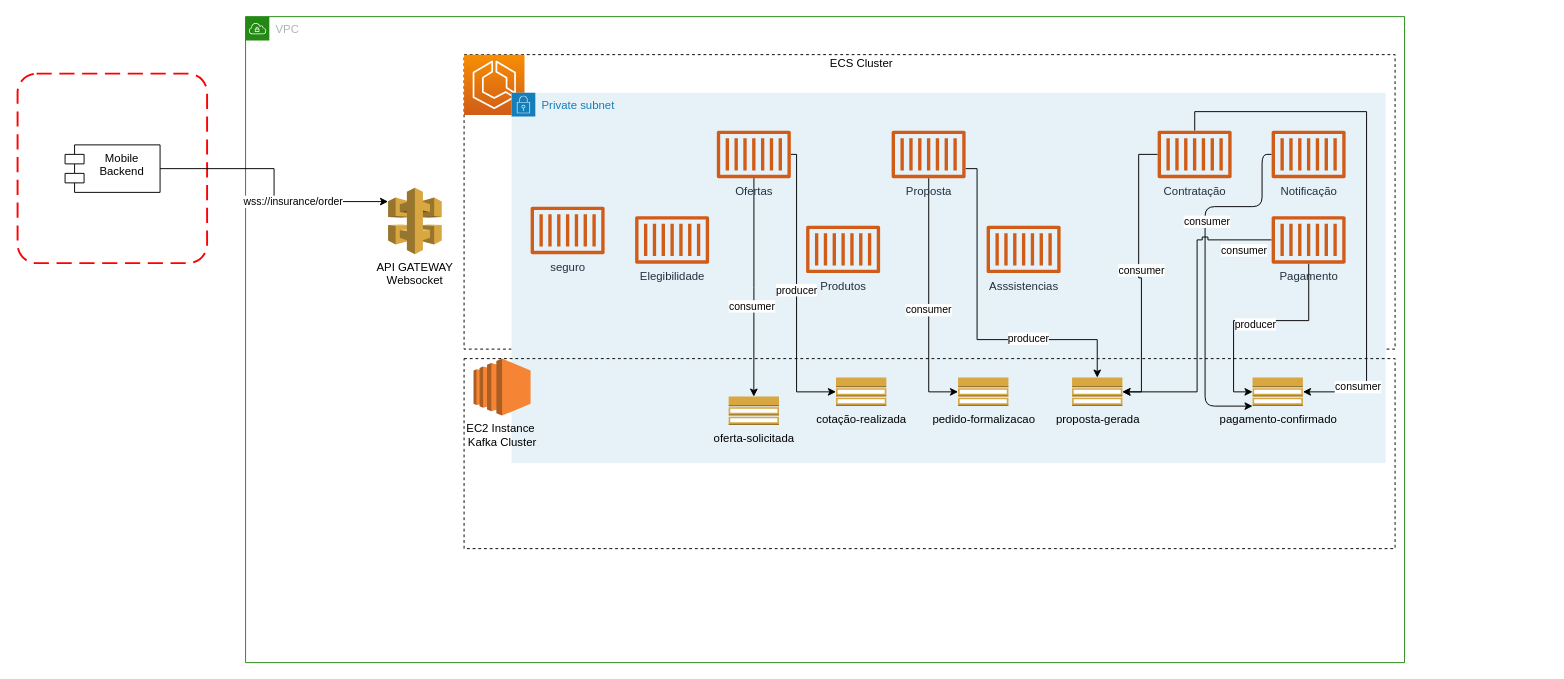
Before: page "Diagram" (1 of 2) of localInsurance.drawio in osnirmaster/localinsurance, a draw.io diagram. Source tidied: cells renumbered, new cells numbered last; positions are measured from the earlier drawing's top-left corner, leaving out a move shared by most shapes. Both pictures are drawn from the tidied source at 95%, with x=0, y=0 at pixel (17, 16).
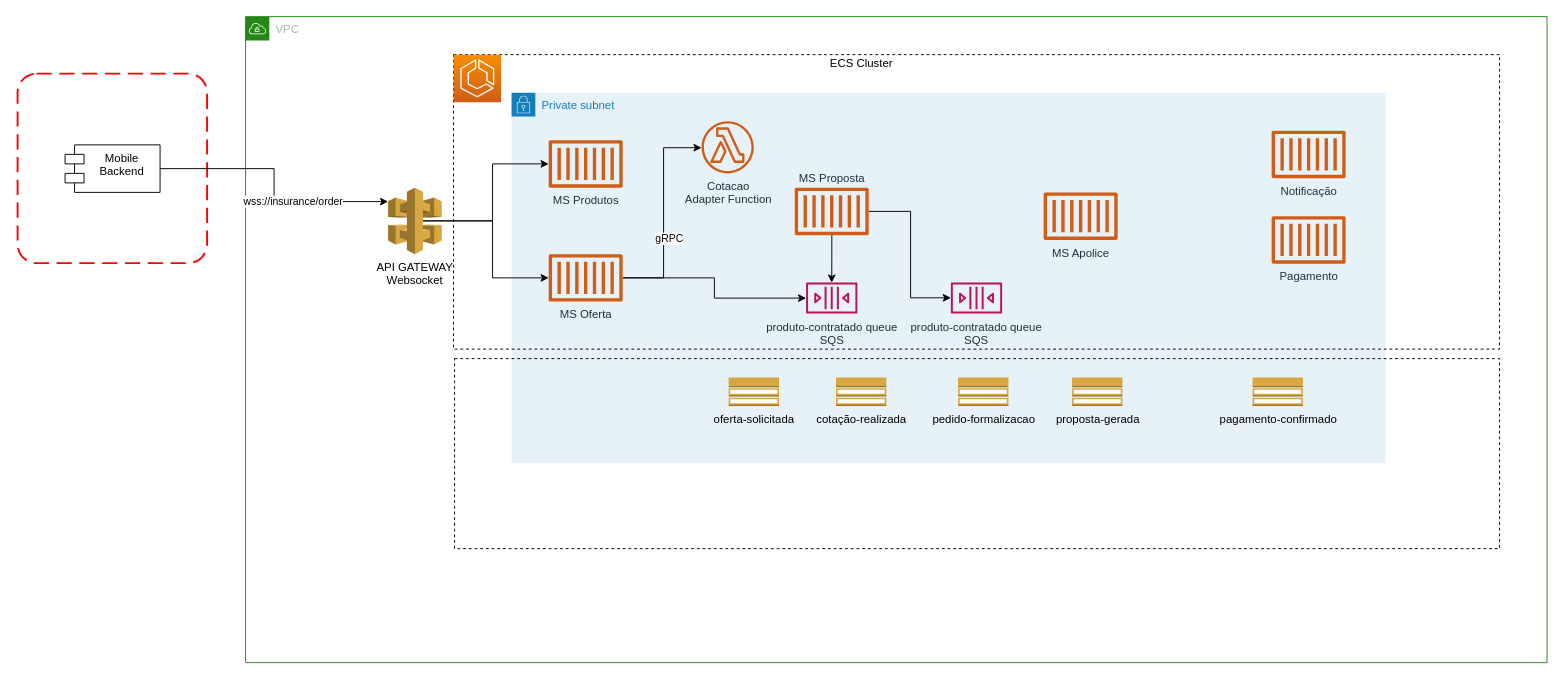
Above is the later version.

Unchanged cells that the change refers to:
```xml
<mxCell id="29" value="pedido-formalizacao" style="outlineConnect=0;dashed=0;verticalLabelPosition=bottom;verticalAlign=top;align=center;html=1;shape=mxgraph.aws3.topic_2;fillColor=#D9A741;gradientColor=none;" parent="1" vertex="1">
  <mxGeometry x="990" y="380" width="53" height="30" as="geometry" />
</mxCell>
<mxCell id="30" value="cotação-realizada" style="outlineConnect=0;dashed=0;verticalLabelPosition=bottom;verticalAlign=top;align=center;html=1;shape=mxgraph.aws3.topic_2;fillColor=#D9A741;gradientColor=none;" parent="1" vertex="1">
  <mxGeometry x="861.5" y="380" width="53" height="30" as="geometry" />
</mxCell>
<mxCell id="31" value="proposta-gerada" style="outlineConnect=0;dashed=0;verticalLabelPosition=bottom;verticalAlign=top;align=center;html=1;shape=mxgraph.aws3.topic_2;fillColor=#D9A741;gradientColor=none;" parent="1" vertex="1">
  <mxGeometry x="1110" y="380" width="53" height="30" as="geometry" />
</mxCell>
<mxCell id="34" value="Notificação" style="outlineConnect=0;fontColor=#232F3E;gradientColor=none;fillColor=#D05C17;strokeColor=none;dashed=0;verticalLabelPosition=bottom;verticalAlign=top;align=center;html=1;fontSize=12;fontStyle=0;shape=mxgraph.aws4.container_1;" parent="1" vertex="1">
  <mxGeometry x="1320" y="120" width="78" height="50" as="geometry" />
</mxCell>
<mxCell id="39" value="Pagamento" style="outlineConnect=0;fontColor=#232F3E;gradientColor=none;fillColor=#D05C17;strokeColor=none;dashed=0;verticalLabelPosition=bottom;verticalAlign=top;align=center;html=1;fontSize=12;fontStyle=0;shape=mxgraph.aws4.container_1;" parent="1" vertex="1">
  <mxGeometry x="1320" y="210" width="78" height="50" as="geometry" />
</mxCell>
<mxCell id="41" value="pagamento-confirmado" style="outlineConnect=0;dashed=0;verticalLabelPosition=bottom;verticalAlign=top;align=center;html=1;shape=mxgraph.aws3.topic_2;fillColor=#D9A741;gradientColor=none;" parent="1" vertex="1">
  <mxGeometry x="1300" y="380" width="53" height="30" as="geometry" />
</mxCell>
<mxCell id="42" value="API GATEWAY&lt;br&gt;Websocket" style="outlineConnect=0;dashed=0;verticalLabelPosition=bottom;verticalAlign=top;align=center;html=1;shape=mxgraph.aws3.api_gateway;fillColor=#D9A741;gradientColor=none;" parent="1" vertex="1">
  <mxGeometry x="390" y="180" width="56.5" height="70" as="geometry" />
</mxCell>
```

Change to the diagram source:
```diff
@@
+    <mxCell id="6" value="Private subnet" style="gradientColor=none;html=1;whiteSpace=wrap;fontSize=12;fontStyle=0;shape=mxgraph.aws4.group;grIcon=mxgraph.aws4.group_security_group;grStroke=0;strokeColor=#147EBA;fillColor=#E6F2F8;verticalAlign=top;align=left;spacingLeft=30;fontColor=#147EBA;dashed=0;" parent="1" vertex="1">
+      <mxGeometry x="520" y="80" width="920" height="390" as="geometry" />
+    </mxCell>
     <mxCell id="2" value="VPC" style="gradientColor=none;html=1;whiteSpace=wrap;fontSize=12;fontStyle=0;shape=mxgraph.aws4.group;grIcon=mxgraph.aws4.group_vpc;strokeColor=#248814;fillColor=none;verticalAlign=top;align=left;spacingLeft=30;fontColor=#AAB7B8;dashed=0;" parent="1" vertex="1">
-      <mxGeometry x="240" width="1220" height="680" as="geometry" />
+      <mxGeometry x="240" width="1370" height="680" as="geometry" />
     </mxCell>
     <mxCell id="3" style="group;" parent="1" vertex="1">
-      <mxGeometry x="470" y="40" width="980" height="310" as="geometry" />
+      <mxGeometry x="470" y="40" width="1090" height="328" as="geometry" />
     </mxCell>
     <mxCell id="4" style="whiteSpace=wrap;html=1;fillColor=none;dashed=1;" parent="3" vertex="1">
-      <mxGeometry width="980" height="310" as="geometry" />
+      <mxGeometry x="-11.1" width="1101.1" height="310" as="geometry" />
     </mxCell>
     <mxCell id="5" style="fontColor=#232F3E;gradientColor=#F78E04;gradientDirection=north;fillColor=#D05C17;strokeColor=#ffffff;dashed=0;verticalLabelPosition=bottom;verticalAlign=top;align=center;html=1;fontSize=12;fontStyle=0;shape=mxgraph.aws4.resourceIcon;resIcon=mxgraph.aws4.ecs;" parent="3" vertex="1">
-      <mxGeometry width="63.6" height="63.6" as="geometry" />
+      <mxGeometry x="-11.1" width="50" height="50" as="geometry" />
     </mxCell>
-    <mxCell id="6" value="Private subnet" style="gradientColor=none;html=1;whiteSpace=wrap;fontSize=12;fontStyle=0;shape=mxgraph.aws4.group;grIcon=mxgraph.aws4.group_security_group;grStroke=0;strokeColor=#147EBA;fillColor=#E6F2F8;verticalAlign=top;align=left;spacingLeft=30;fontColor=#147EBA;dashed=0;" parent="1" vertex="1">
-      <mxGeometry x="520" y="80" width="920" height="390" as="geometry" />
-    </mxCell>
+    <mxCell id="17" value="MS Produtos" style="outlineConnect=0;fontColor=#232F3E;gradientColor=none;fillColor=#D05C17;strokeColor=none;dashed=0;verticalLabelPosition=bottom;verticalAlign=top;align=center;html=1;fontSize=12;fontStyle=0;shape=mxgraph.aws4.container_1;" parent="3" vertex="1">
+      <mxGeometry x="89" y="90" width="78" height="50" as="geometry" />
+    </mxCell>
+    <mxCell id="47" style="edgeStyle=orthogonalEdgeStyle;rounded=0;jettySize=auto;html=1;" parent="3" edge="1" source="12" target="54">
+      <mxGeometry relative="1" as="geometry">
+        <Array as="points">
+          <mxPoint x="210" y="235" />
+          <mxPoint x="210" y="98" />
+        </Array>
+      </mxGeometry>
+    </mxCell>
+    <mxCell id="48" value="gRPC" style="edgeLabel;html=1;align=center;verticalAlign=middle;" parent="47" vertex="1">
+      <mxGeometry x="-0.23" y="-5" relative="1" as="geometry" />
+    </mxCell>
+    <mxCell id="49" style="edgeStyle=orthogonalEdgeStyle;rounded=0;jettySize=auto;html=1;" parent="3" edge="1" source="12" target="52">
+      <mxGeometry relative="1" as="geometry" />
+    </mxCell>
+    <mxCell id="12" value="MS Oferta" style="outlineConnect=0;fontColor=#232F3E;gradientColor=none;fillColor=#D05C17;strokeColor=none;dashed=0;verticalLabelPosition=bottom;verticalAlign=top;align=center;html=1;fontSize=12;fontStyle=0;shape=mxgraph.aws4.container_1;" parent="3" vertex="1">
+      <mxGeometry x="89" y="210" width="78" height="50" as="geometry" />
+    </mxCell>
+    <mxCell id="50" style="edgeStyle=orthogonalEdgeStyle;rounded=0;jettySize=auto;html=1;" parent="3" edge="1" source="40" target="52">
+      <mxGeometry relative="1" as="geometry" />
+    </mxCell>
+    <mxCell id="51" style="edgeStyle=orthogonalEdgeStyle;rounded=0;jettySize=auto;html=1;" parent="3" edge="1" source="40" target="53">
+      <mxGeometry relative="1" as="geometry">
+        <Array as="points">
+          <mxPoint x="470" y="165" />
+          <mxPoint x="470" y="256" />
+        </Array>
+      </mxGeometry>
+    </mxCell>
+    <mxCell id="40" value="MS Proposta" style="outlineConnect=0;fontColor=#232F3E;gradientColor=none;fillColor=#D05C17;strokeColor=none;dashed=0;verticalLabelPosition=top;verticalAlign=bottom;align=center;html=1;fontSize=12;fontStyle=0;shape=mxgraph.aws4.container_1;labelPosition=center;" parent="3" vertex="1">
+      <mxGeometry x="348" y="140" width="78" height="50" as="geometry" />
+    </mxCell>
+    <mxCell id="52" value="produto-contratado queue&lt;br&gt;SQS" style="outlineConnect=0;fontColor=#232F3E;gradientColor=none;fillColor=#BC1356;strokeColor=none;dashed=0;verticalLabelPosition=bottom;verticalAlign=top;align=center;html=1;fontSize=12;fontStyle=0;shape=mxgraph.aws4.queue;" parent="3" vertex="1">
+      <mxGeometry x="360" y="240" width="54" height="32.5" as="geometry" />
+    </mxCell>
+    <mxCell id="23" value="MS Apolice" style="outlineConnect=0;fontColor=#232F3E;gradientColor=none;fillColor=#D05C17;strokeColor=none;dashed=0;verticalLabelPosition=bottom;verticalAlign=top;align=center;html=1;fontSize=12;fontStyle=0;shape=mxgraph.aws4.container_1;" parent="3" vertex="1">
+      <mxGeometry x="610" y="145" width="78" height="50" as="geometry" />
+    </mxCell>
+    <mxCell id="53" value="produto-contratado queue&lt;br&gt;SQS" style="outlineConnect=0;fontColor=#232F3E;gradientColor=none;fillColor=#BC1356;strokeColor=none;dashed=0;verticalLabelPosition=bottom;verticalAlign=top;align=center;html=1;fontSize=12;fontStyle=0;shape=mxgraph.aws4.queue;" parent="3" vertex="1">
+      <mxGeometry x="512.4" y="240" width="54" height="32.5" as="geometry" />
+    </mxCell>
+    <mxCell id="54" value="Cotacao &lt;br&gt;Adapter Function" style="outlineConnect=0;fontColor=#232F3E;gradientColor=none;fillColor=#D05C17;strokeColor=none;dashed=0;verticalLabelPosition=bottom;verticalAlign=top;align=center;html=1;fontSize=12;fontStyle=0;shape=mxgraph.aws4.lambda_function;" parent="3" vertex="1">
+      <mxGeometry x="250" y="70" width="55" height="55" as="geometry" />
+    </mxCell>
@@
-    <mxCell id="8" style="edgeStyle=orthogonalEdgeStyle;rounded=0;jettySize=auto;html=1;entryX=0.5;entryY=0;entryDx=0;entryDy=0;entryPerimeter=0;" parent="1" edge="1" source="12" target="28">
-      <mxGeometry relative="1" as="geometry" />
-    </mxCell>
-    <mxCell id="9" value="consumer" style="edgeLabel;html=1;align=center;verticalAlign=middle;" parent="8" vertex="1">
-      <mxGeometry x="0.17" y="-3" relative="1" as="geometry" />
-    </mxCell>
-    <mxCell id="10" style="edgeStyle=orthogonalEdgeStyle;rounded=0;jettySize=auto;html=1;entryX=0;entryY=0.5;entryDx=0;entryDy=0;entryPerimeter=0;" parent="1" edge="1" source="12" target="30">
-      <mxGeometry relative="1" as="geometry">
-        <Array as="points">
-          <mxPoint x="820" y="145" />
-          <mxPoint x="820" y="395" />
-        </Array>
-      </mxGeometry>
-    </mxCell>
-    <mxCell id="11" value="producer" style="edgeLabel;html=1;align=center;verticalAlign=middle;" parent="10" vertex="1">
-      <mxGeometry y="-1" relative="1" as="geometry" />
-    </mxCell>
-    <mxCell id="12" value="Ofertas" style="outlineConnect=0;fontColor=#232F3E;gradientColor=none;fillColor=#D05C17;strokeColor=none;dashed=0;verticalLabelPosition=bottom;verticalAlign=top;align=center;html=1;fontSize=12;fontStyle=0;shape=mxgraph.aws4.container_1;" parent="1" vertex="1">
-      <mxGeometry x="736" y="120" width="78" height="50" as="geometry" />
-    </mxCell>
-    <mxCell id="13" style="edgeStyle=orthogonalEdgeStyle;rounded=0;jettySize=auto;html=1;entryX=0;entryY=0.5;entryDx=0;entryDy=0;entryPerimeter=0;" parent="1" edge="1" source="40" target="29">
-      <mxGeometry relative="1" as="geometry" />
-    </mxCell>
-    <mxCell id="14" value="consumer" style="edgeLabel;html=1;align=center;verticalAlign=middle;" parent="13" vertex="1">
-      <mxGeometry x="0.08" y="-1" relative="1" as="geometry" />
-    </mxCell>
-    <mxCell id="15" style="edgeStyle=orthogonalEdgeStyle;rounded=0;jettySize=auto;html=1;entryX=0.5;entryY=0;entryDx=0;entryDy=0;entryPerimeter=0;" parent="1" edge="1" source="40" target="31">
-      <mxGeometry relative="1" as="geometry">
-        <Array as="points">
-          <mxPoint x="1010" y="160" />
-          <mxPoint x="1010" y="340" />
-          <mxPoint x="1137" y="340" />
-        </Array>
-      </mxGeometry>
-    </mxCell>
-    <mxCell id="16" value="producer" style="edgeLabel;html=1;align=center;verticalAlign=middle;" parent="15" vertex="1">
-      <mxGeometry x="0.37" y="2" relative="1" as="geometry" />
-    </mxCell>
-    <mxCell id="17" value="Produtos" style="outlineConnect=0;fontColor=#232F3E;gradientColor=none;fillColor=#D05C17;strokeColor=none;dashed=0;verticalLabelPosition=bottom;verticalAlign=top;align=center;html=1;fontSize=12;fontStyle=0;shape=mxgraph.aws4.container_1;" parent="1" vertex="1">
-      <mxGeometry x="830" y="220" width="78" height="50" as="geometry" />
-    </mxCell>
-    <mxCell id="18" value="Asssistencias" style="fontColor=#232F3E;gradientColor=none;fillColor=#D05C17;strokeColor=none;dashed=0;verticalLabelPosition=bottom;verticalAlign=top;align=center;html=1;fontSize=12;fontStyle=0;shape=mxgraph.aws4.container_1;" parent="1" vertex="1">
-      <mxGeometry x="1020" y="220" width="78" height="50" as="geometry" />
-    </mxCell>
-    <mxCell id="19" style="edgeStyle=orthogonalEdgeStyle;rounded=0;jettySize=auto;html=1;entryX=1;entryY=0.5;entryDx=0;entryDy=0;entryPerimeter=0;" parent="1" edge="1" source="23" target="31">
-      <mxGeometry relative="1" as="geometry" />
-    </mxCell>
-    <mxCell id="20" value="consumer" style="edgeLabel;html=1;align=center;verticalAlign=middle;" parent="19" vertex="1">
-      <mxGeometry x="-0.04" y="2" relative="1" as="geometry" />
-    </mxCell>
-    <mxCell id="21" style="edgeStyle=orthogonalEdgeStyle;rounded=0;jettySize=auto;html=1;entryX=1;entryY=0.5;entryDx=0;entryDy=0;entryPerimeter=0;" parent="1" edge="1" source="23" target="41">
-      <mxGeometry relative="1" as="geometry">
-        <Array as="points">
-          <mxPoint x="1239" y="100" />
-          <mxPoint x="1420" y="100" />
-          <mxPoint x="1420" y="395" />
-        </Array>
-      </mxGeometry>
-    </mxCell>
-    <mxCell id="22" value="consumer" style="edgeLabel;html=1;align=center;verticalAlign=middle;" parent="21" vertex="1">
-      <mxGeometry x="0.57" y="3" relative="1" as="geometry">
-        <mxPoint x="-13" y="48" as="offset" />
-      </mxGeometry>
-    </mxCell>
-    <mxCell id="23" value="Contratação" style="outlineConnect=0;fontColor=#232F3E;gradientColor=none;fillColor=#D05C17;strokeColor=none;dashed=0;verticalLabelPosition=bottom;verticalAlign=top;align=center;html=1;fontSize=12;fontStyle=0;shape=mxgraph.aws4.container_1;" parent="1" vertex="1">
-      <mxGeometry x="1200" y="120" width="78" height="50" as="geometry" />
-    </mxCell>
-    <mxCell id="24" value="Elegibilidade" style="fontColor=#232F3E;gradientColor=none;fillColor=#D05C17;strokeColor=none;dashed=0;verticalLabelPosition=bottom;verticalAlign=top;align=center;html=1;fontSize=12;fontStyle=0;shape=mxgraph.aws4.container_1;" parent="1" vertex="1">
-      <mxGeometry x="650" y="210" width="78" height="50" as="geometry" />
-    </mxCell>
@@
     <mxCell id="26" style="whiteSpace=wrap;html=1;fillColor=none;dashed=1;" parent="1" vertex="1">
-      <mxGeometry x="470" y="360" width="980" height="200" as="geometry" />
+      <mxGeometry x="460" y="360" width="1100" height="200" as="geometry" />
     </mxCell>
-    <mxCell id="27" value="EC2 Instance&amp;nbsp;&lt;br&gt;Kafka Cluster" style="dashed=0;verticalLabelPosition=bottom;verticalAlign=top;align=center;html=1;shape=mxgraph.aws3.ec2;fillColor=#F58534;gradientColor=none;" parent="1" vertex="1">
-      <mxGeometry x="480" y="360" width="60" height="60" as="geometry" />
-    </mxCell>
     <mxCell id="28" value="oferta-solicitada" style="outlineConnect=0;dashed=0;verticalLabelPosition=bottom;verticalAlign=top;align=center;html=1;shape=mxgraph.aws3.topic_2;fillColor=#D9A741;gradientColor=none;" parent="1" vertex="1">
-      <mxGeometry x="748.5" y="400" width="53" height="30" as="geometry" />
+      <mxGeometry x="748.5" y="380" width="53" height="30" as="geometry" />
     </mxCell>
@@
-    <mxCell id="32" style="edgeStyle=orthogonalEdgeStyle;jettySize=auto;html=1;entryX=0;entryY=1;entryDx=0;entryDy=0;entryPerimeter=0;rounded=1;sketch=0;shadow=0;jumpStyle=sharp;" parent="1" edge="1" source="34" target="41">
-      <mxGeometry relative="1" as="geometry">
-        <Array as="points">
-          <mxPoint x="1310" y="145" />
-          <mxPoint x="1310" y="200" />
-          <mxPoint x="1250" y="200" />
-          <mxPoint x="1250" y="410" />
-        </Array>
-      </mxGeometry>
-    </mxCell>
-    <mxCell id="33" value="consumer" style="edgeLabel;html=1;align=center;verticalAlign=middle;" parent="32" vertex="1">
-      <mxGeometry x="-0.27" y="1" relative="1" as="geometry" />
-    </mxCell>
@@
-    <mxCell id="35" style="edgeStyle=orthogonalEdgeStyle;rounded=0;jettySize=auto;html=1;entryX=1;entryY=0.5;entryDx=0;entryDy=0;entryPerimeter=0;jumpStyle=sharp;" parent="1" edge="1" source="39" target="31">
-      <mxGeometry relative="1" as="geometry" />
-    </mxCell>
-    <mxCell id="36" value="consumer" style="edgeLabel;html=1;align=center;verticalAlign=middle;" parent="35" vertex="1">
-      <mxGeometry x="-0.85" y="4" relative="1" as="geometry">
-        <mxPoint x="-6" y="6" as="offset" />
-      </mxGeometry>
-    </mxCell>
-    <mxCell id="37" style="edgeStyle=orthogonalEdgeStyle;rounded=0;jettySize=auto;html=1;entryX=0;entryY=0.5;entryDx=0;entryDy=0;entryPerimeter=0;" parent="1" edge="1" source="39" target="41">
-      <mxGeometry relative="1" as="geometry" />
-    </mxCell>
-    <mxCell id="38" value="producer" style="edgeLabel;html=1;align=center;verticalAlign=middle;" parent="37" vertex="1">
-      <mxGeometry y="3" relative="1" as="geometry" />
-    </mxCell>
@@
-    <mxCell id="40" value="Proposta" style="outlineConnect=0;fontColor=#232F3E;gradientColor=none;fillColor=#D05C17;strokeColor=none;dashed=0;verticalLabelPosition=bottom;verticalAlign=top;align=center;html=1;fontSize=12;fontStyle=0;shape=mxgraph.aws4.container_1;" parent="1" vertex="1">
-      <mxGeometry x="920" y="120" width="78" height="50" as="geometry" />
-    </mxCell>
@@
+    <mxCell id="55" style="edgeStyle=orthogonalEdgeStyle;rounded=0;jettySize=auto;html=1;exitX=0.65;exitY=0.5;exitDx=0;exitDy=0;exitPerimeter=0;" parent="1" edge="1" source="42" target="17">
+      <mxGeometry relative="1" as="geometry">
+        <Array as="points">
+          <mxPoint x="500" y="215" />
+          <mxPoint x="500" y="155" />
+        </Array>
+      </mxGeometry>
+    </mxCell>
+    <mxCell id="56" style="edgeStyle=orthogonalEdgeStyle;rounded=0;jettySize=auto;html=1;exitX=0.65;exitY=0.5;exitDx=0;exitDy=0;exitPerimeter=0;" parent="1" edge="1" source="42" target="12">
+      <mxGeometry relative="1" as="geometry">
+        <Array as="points">
+          <mxPoint x="500" y="215" />
+          <mxPoint x="500" y="275" />
+        </Array>
+      </mxGeometry>
+    </mxCell>
@@
-    <mxCell id="46" value="seguro" style="fontColor=#232F3E;gradientColor=none;fillColor=#D05C17;strokeColor=none;dashed=0;verticalLabelPosition=bottom;verticalAlign=top;align=center;html=1;fontSize=12;fontStyle=0;shape=mxgraph.aws4.container_1;" parent="1" vertex="1">
-      <mxGeometry x="540" y="200" width="78" height="50" as="geometry" />
-    </mxCell>
```
